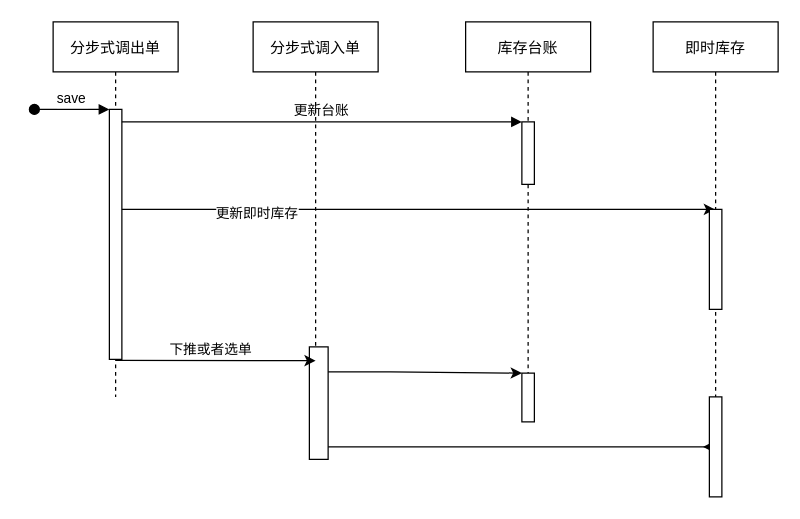
The draw.io diagram seq.stk.step.trans.drawio in inspurhua/diagrams.net, before the edit. Source tidied: cells renumbered, new cells numbered last; positions are measured from the earlier drawing's top-left corner, leaving out a move shared by most shapes. Both pictures are drawn from the tidied source at 125%, with x=0, y=0 at pixel (34, 21).
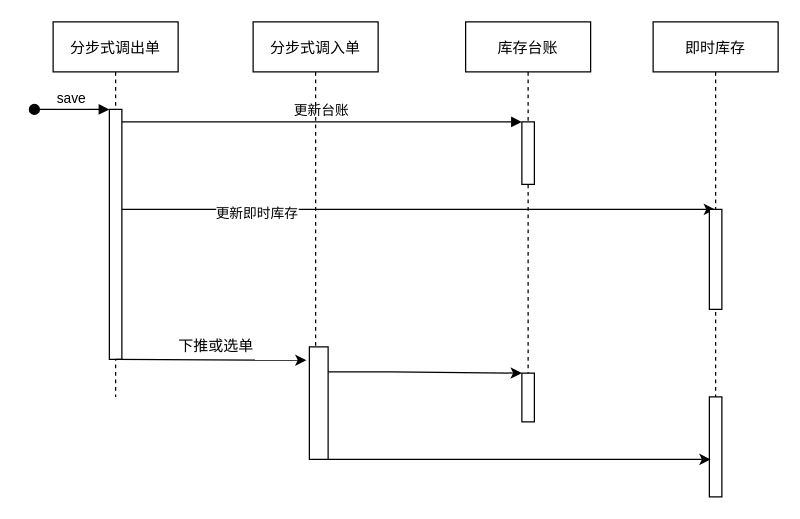
The same page after the edit.

Unchanged cells that the change refers to:
```xml
<mxCell id="6" style="points=[];perimeter=orthogonalPerimeter;rounded=0;shadow=0;strokeWidth=1;" parent="5" vertex="1">
  <mxGeometry x="45" y="70" width="10" height="200" as="geometry" />
</mxCell>
<mxCell id="14" style="points=[];perimeter=orthogonalPerimeter;rounded=0;shadow=0;strokeWidth=1;" parent="13" vertex="1">
  <mxGeometry x="45" y="260" width="15" height="90" as="geometry" />
</mxCell>
```

The edit, as a diff of the source:
```diff
@@
-    <mxCell id="15" style="endArrow=classic;html=1;exitX=0.5;exitY=1.014;exitDx=0;exitDy=0;exitPerimeter=0;" parent="1" edge="1">
-      <mxGeometry relative="1" as="geometry">
-        <mxPoint x="65" y="270.8" as="sourcePoint" />
-        <mxPoint x="225" y="271" as="targetPoint" />
-      </mxGeometry>
-    </mxCell>
-    <mxCell id="16" value="下推或者选单" style="edgeLabel;html=1;align=center;verticalAlign=middle;" parent="15" vertex="1">
-      <mxGeometry x="-0.06" y="3" relative="1" as="geometry">
-        <mxPoint y="-6" as="offset" />
-      </mxGeometry>
-    </mxCell>
@@
-    <mxCell id="18" style="edgeStyle=orthogonalEdgeStyle;rounded=0;jettySize=auto;html=1;" parent="1" edge="1" source="14">
-      <mxGeometry relative="1" as="geometry">
-        <mxPoint x="535" y="340" as="targetPoint" />
-        <Array as="points">
-          <mxPoint x="545" y="340" />
-        </Array>
-      </mxGeometry>
-    </mxCell>
@@
+    <mxCell id="20" style="edgeStyle=orthogonalEdgeStyle;rounded=0;jettySize=auto;html=1;" parent="1" edge="1" source="14">
+      <mxGeometry relative="1" as="geometry">
+        <mxPoint x="541" y="350" as="targetPoint" />
+        <Array as="points">
+          <mxPoint x="541" y="350" />
+        </Array>
+      </mxGeometry>
+    </mxCell>
+    <mxCell id="21" style="edgeStyle=orthogonalEdgeStyle;rounded=0;jettySize=auto;html=1;entryX=-0.156;entryY=0.119;entryDx=0;entryDy=0;entryPerimeter=0;" parent="1" edge="1" source="6" target="14">
+      <mxGeometry relative="1" as="geometry">
+        <Array as="points">
+          <mxPoint x="65" y="271" />
+        </Array>
+      </mxGeometry>
+    </mxCell>
+    <mxCell id="22" value="下推或选单" style="text;html=1;align=center;verticalAlign=middle;" parent="1" vertex="1">
+      <mxGeometry x="105" y="250" width="80" height="20" as="geometry" />
+    </mxCell>
```
